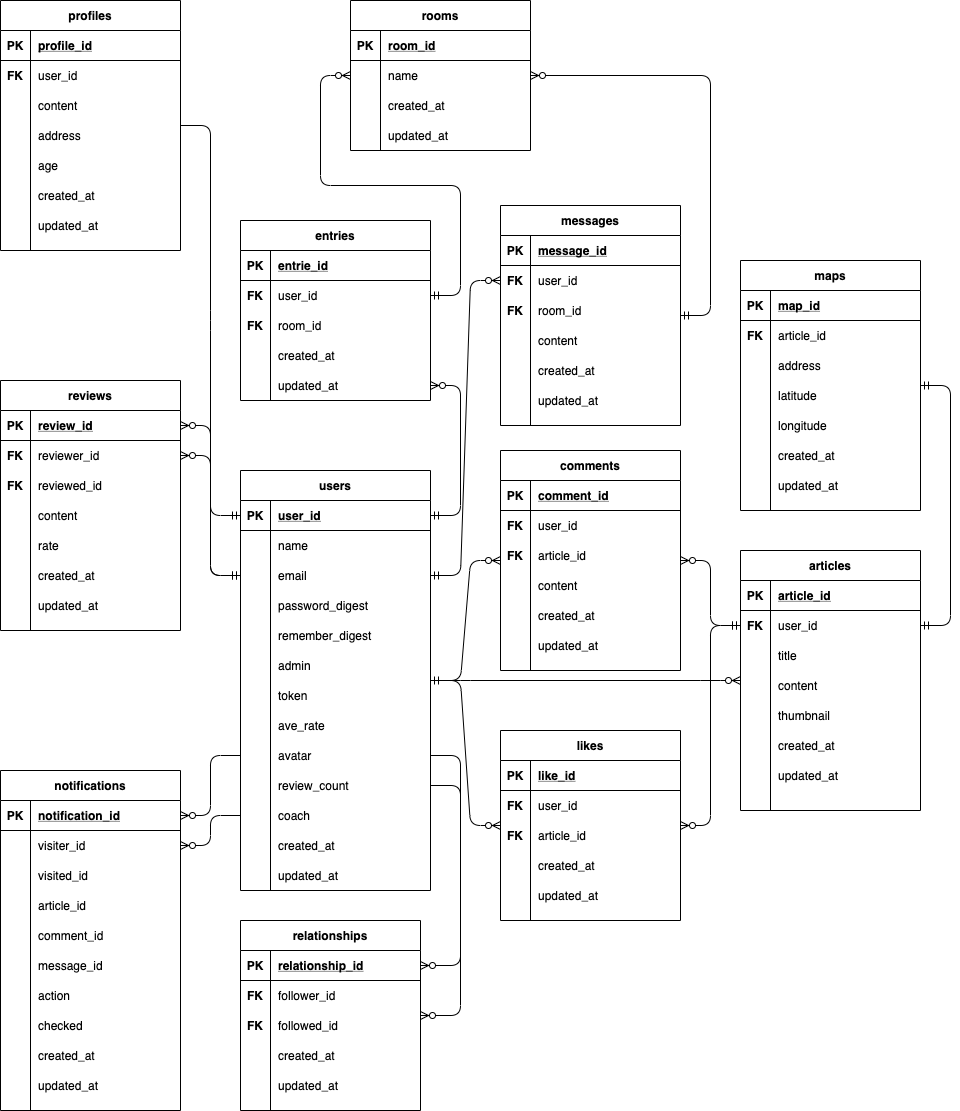
shunsuke-go/coach-app keeps this draw.io diagram as README_images/ER_diagram.png. Above is the earlier version. Source tidied: cells renumbered, new cells last; positions are measured from the earlier drawing's top-left corner, leaving out a move shared by most shapes.
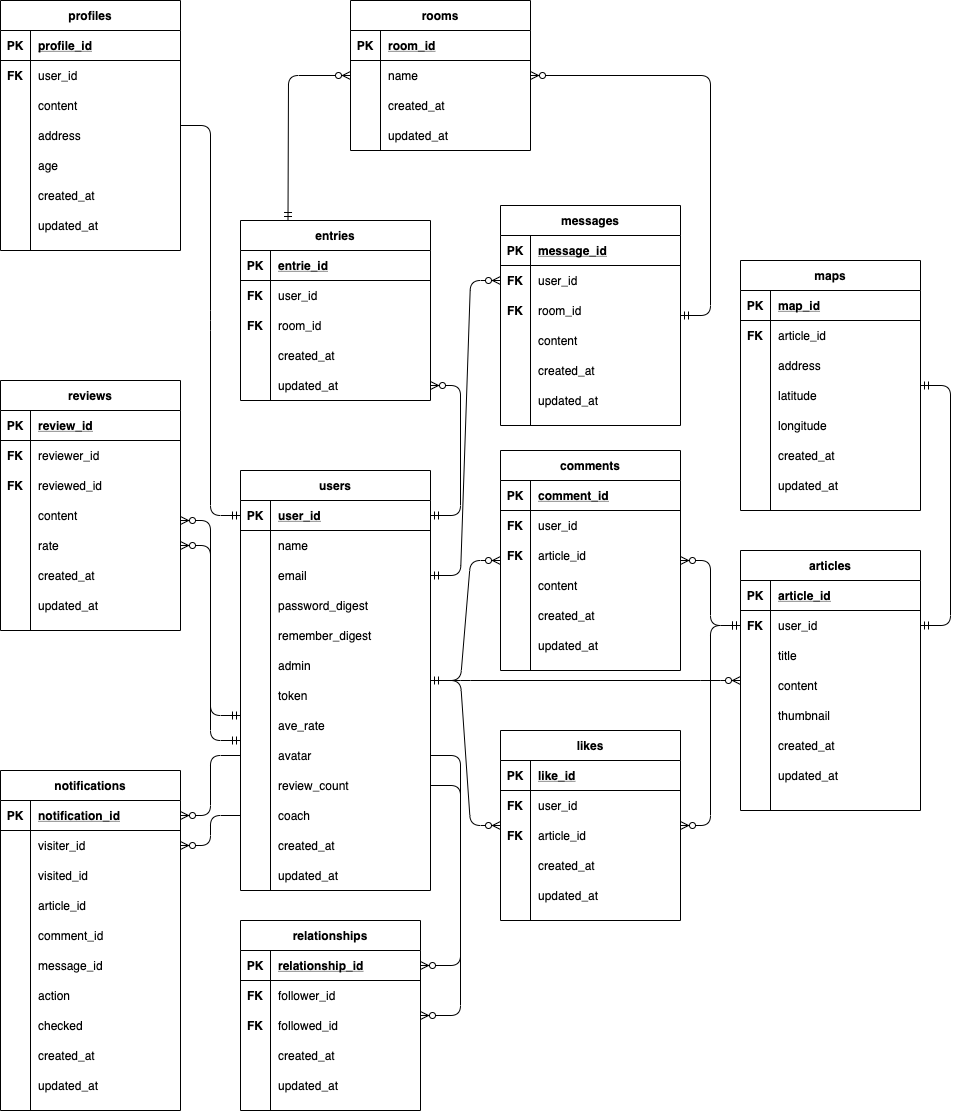
The same file after the commit.

Change to the diagram source:
```diff
@@ -800,12 +800,6 @@
     <mxCell id="267" style="edgeStyle=entityRelationEdgeStyle;fontSize=12;html=1;endArrow=ERzeroToMany;endFill=1;" parent="1" edge="1" source="27" target="210">
       <mxGeometry relative="1" as="geometry" />
     </mxCell>
-    <mxCell id="268" style="edgeStyle=entityRelationEdgeStyle;fontSize=12;html=1;endArrow=ERzeroToMany;startArrow=ERmandOne;" parent="1" edge="1" source="9" target="229">
-      <mxGeometry relative="1" as="geometry" />
-    </mxCell>
-    <mxCell id="269" style="edgeStyle=entityRelationEdgeStyle;fontSize=12;html=1;endArrow=ERzeroToMany;startArrow=ERmandOne;" parent="1" edge="1" source="9" target="226">
-      <mxGeometry relative="1" as="geometry" />
-    </mxCell>
     <mxCell id="270" style="edgeStyle=entityRelationEdgeStyle;fontSize=12;html=1;endArrow=ERmandOne;" parent="1" edge="1" source="156" target="3">
       <mxGeometry relative="1" as="geometry" />
     </mxCell>
@@ -826,10 +820,32 @@
     <mxCell id="275" style="edgeStyle=entityRelationEdgeStyle;fontSize=12;html=1;endArrow=ERzeroToMany;startArrow=ERmandOne;" parent="1" edge="1" source="137" target="247">
       <mxGeometry relative="1" as="geometry" />
     </mxCell>
-    <mxCell id="276" style="edgeStyle=entityRelationEdgeStyle;fontSize=12;html=1;endArrow=ERzeroToMany;startArrow=ERmandOne;" parent="1" edge="1" source="68">
+    <mxCell id="276" style="fontSize=12;html=1;endArrow=ERzeroToMany;startArrow=ERmandOne;exitX=0.25;exitY=0;exitDx=0;exitDy=0;" parent="1" edge="1" source="64">
       <mxGeometry relative="1" as="geometry">
         <mxPoint x="350" y="75" as="targetPoint" />
+        <Array as="points">
+          <mxPoint x="288" y="75" />
+        </Array>
       </mxGeometry>
     </mxCell>
+    <mxCell id="277" style="edgeStyle=orthogonalEdgeStyle;fontSize=12;html=1;endArrow=ERzeroToMany;startArrow=ERmandOne;entryX=1;entryY=0.5;entryDx=0;entryDy=0;" parent="1" edge="1" target="238">
+      <mxGeometry relative="1" as="geometry">
+        <mxPoint x="240" y="740" as="sourcePoint" />
+        <Array as="points">
+          <mxPoint x="210" y="740" />
+          <mxPoint x="210" y="545" />
+        </Array>
+      </mxGeometry>
+    </mxCell>
+    <mxCell id="278" style="edgeStyle=orthogonalEdgeStyle;fontSize=12;html=1;endArrow=ERzeroToMany;startArrow=ERmandOne;entryX=1;entryY=0.5;entryDx=0;entryDy=0;" parent="1" edge="1">
+      <mxGeometry relative="1" as="geometry">
+        <mxPoint x="240" y="715" as="sourcePoint" />
+        <mxPoint x="180" y="520" as="targetPoint" />
+        <Array as="points">
+          <mxPoint x="210" y="715" />
+          <mxPoint x="210" y="520" />
+        </Array>
+      </mxGeometry>
+    </mxCell>
   </root>
 </mxGraphModel>
```
